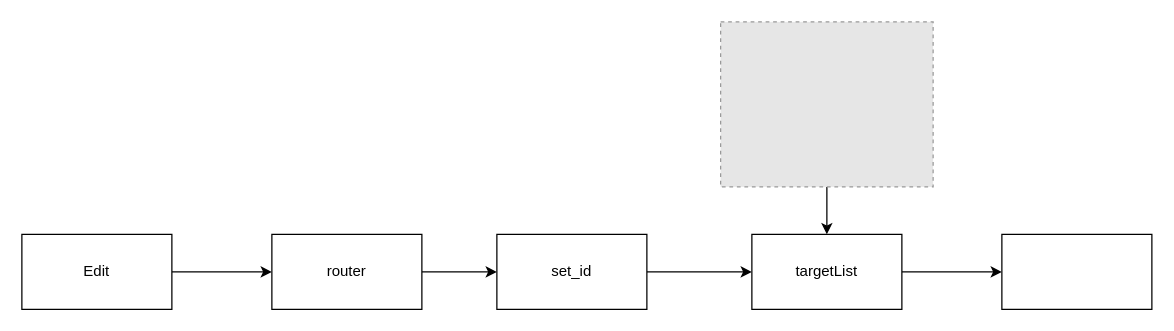
Earlier version of the draw.io diagram Untitled Diagram.drawio (FullStack1994/template). Source tidied: cells renumbered, new cells numbered last; positions are measured from the earlier drawing's top-left corner, leaving out a move shared by most shapes. Both pictures are drawn from the tidied source at 125%, with x=0, y=0 at pixel (21, 21). Pictures stored in the file or linked from it are replaced by grey dashed boxes.
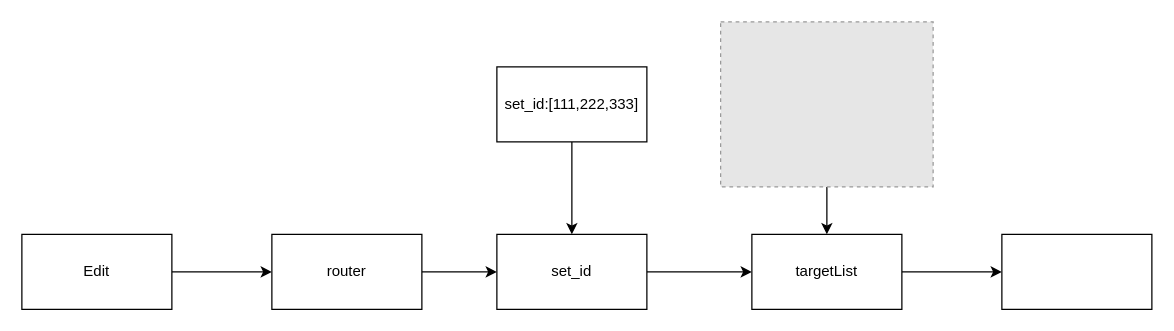
The same diagram, later.

The edit, as a diff of the source:
```diff
@@
 <mxGraphModel>
   <root>
     <mxCell id="0" />
     <mxCell id="1" parent="0" />
     <mxCell id="2" style="edgeStyle=orthogonalEdgeStyle;rounded=0;jettySize=auto;html=1;" parent="1" edge="1" source="3" target="5">
       <mxGeometry relative="1" as="geometry" />
     </mxCell>
     <mxCell id="3" value="Edit" style="rounded=0;whiteSpace=wrap;html=1;" parent="1" vertex="1">
       <mxGeometry y="170" width="120" height="60" as="geometry" />
     </mxCell>
     <mxCell id="4" style="edgeStyle=orthogonalEdgeStyle;rounded=0;jettySize=auto;html=1;" parent="1" edge="1" source="5" target="7">
       <mxGeometry relative="1" as="geometry" />
     </mxCell>
     <mxCell id="5" value="router" style="whiteSpace=wrap;html=1;rounded=0;" parent="1" vertex="1">
       <mxGeometry x="200" y="170" width="120" height="60" as="geometry" />
     </mxCell>
     <mxCell id="6" style="edgeStyle=orthogonalEdgeStyle;rounded=0;jettySize=auto;html=1;" parent="1" edge="1" source="7" target="9">
       <mxGeometry relative="1" as="geometry" />
     </mxCell>
     <mxCell id="7" value="set_id" style="whiteSpace=wrap;html=1;rounded=0;" parent="1" vertex="1">
       <mxGeometry x="380" y="170" width="120" height="60" as="geometry" />
     </mxCell>
     <mxCell id="8" style="edgeStyle=orthogonalEdgeStyle;rounded=0;jettySize=auto;html=1;" parent="1" edge="1" source="9" target="10">
       <mxGeometry relative="1" as="geometry" />
     </mxCell>
     <mxCell id="9" value="targetList" style="whiteSpace=wrap;html=1;rounded=0;" parent="1" vertex="1">
       <mxGeometry x="584" y="170" width="120" height="60" as="geometry" />
     </mxCell>
     <mxCell id="10" style="whiteSpace=wrap;html=1;rounded=0;" parent="1" vertex="1">
       <mxGeometry x="784" y="170" width="120" height="60" as="geometry" />
     </mxCell>
     <mxCell id="11" style="edgeStyle=orthogonalEdgeStyle;rounded=0;jettySize=auto;html=1;" parent="1" edge="1" source="12" target="9">
       <mxGeometry relative="1" as="geometry" />
     </mxCell>
     <mxCell id="12" style="fillColor=#E6E6E6;strokeColor=#999999;dashed=1;verticalLabelPosition=bottom;labelBackgroundColor=#ffffff;verticalAlign=top;" parent="1" vertex="1">
       <mxGeometry x="559" width="170" height="132" as="geometry" />
     </mxCell>
+    <mxCell id="13" style="edgeStyle=orthogonalEdgeStyle;rounded=0;jettySize=auto;html=1;" parent="1" edge="1" source="14" target="7">
+      <mxGeometry relative="1" as="geometry" />
+    </mxCell>
+    <mxCell id="14" value="set_id:[111,222,333]" style="rounded=0;whiteSpace=wrap;html=1;" parent="1" vertex="1">
+      <mxGeometry x="380" y="36" width="120" height="60" as="geometry" />
+    </mxCell>
   </root>
 </mxGraphModel>
```
